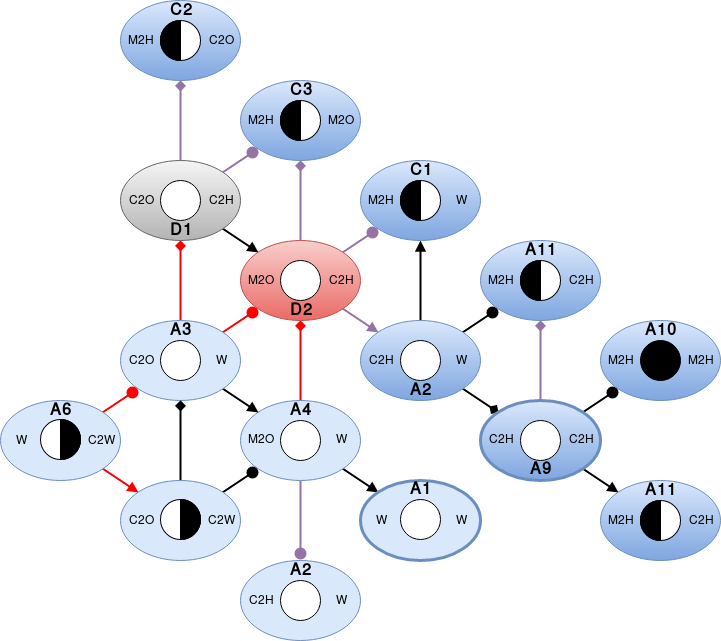
UberPanda/ProofGraphs keeps this draw.io diagram as png/IPart_Faulty_2.png. Above is the earlier version. Source tidied: cells renumbered, new cells last; positions are measured from the earlier drawing's top-left corner, leaving out a move shared by most shapes.
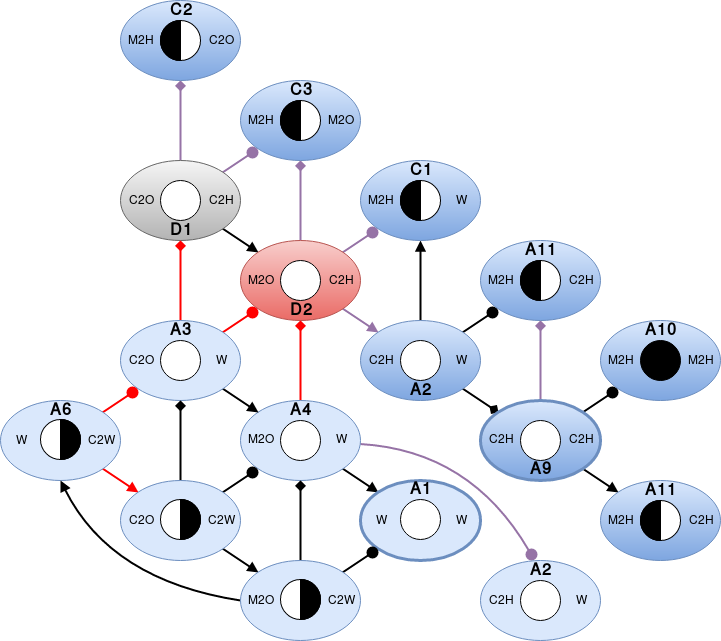
After the commit.

Change to the diagram source:
```diff
@@ -81,7 +81,11 @@
       <mxGeometry relative="1" as="geometry" />
     </mxCell>
     <mxCell id="28" style="edgeStyle=none;curved=1;comic=0;html=1;startArrow=none;startFill=0;endArrow=circle;endFill=1;endSize=3;jettySize=auto;strokeColor=#9673a6;strokeWidth=2;fillColor=#e1d5e7;fontSize=16;" parent="1" edge="1" source="29" target="61">
-      <mxGeometry relative="1" as="geometry" />
+      <mxGeometry relative="1" as="geometry">
+        <Array as="points">
+          <mxPoint x="470" y="450" />
+        </Array>
+      </mxGeometry>
     </mxCell>
     <mxCell id="29" style="ellipse;whiteSpace=wrap;html=1;shadow=0;strokeColor=#6c8ebf;strokeWidth=1;fillColor=#dae8fc;" parent="1" vertex="1">
       <mxGeometry x="240" y="400" width="120" height="80" as="geometry" />
@@ -119,6 +123,9 @@
     <mxCell id="40" style="edgeStyle=none;curved=1;comic=0;html=1;exitX=0.5;exitY=0;entryX=0.5;entryY=1;startArrow=none;startFill=0;endArrow=diamond;endFill=1;endSize=6;jettySize=auto;strokeColor=#000000;strokeWidth=2;fillColor=none;" parent="1" edge="1" source="41" target="33">
       <mxGeometry relative="1" as="geometry" />
     </mxCell>
+    <mxCell id="119" style="edgeStyle=none;curved=1;comic=0;html=1;exitX=1;exitY=1;entryX=0;entryY=0;startArrow=none;startFill=0;endArrow=block;endFill=1;endSize=6;jettySize=auto;strokeColor=#000000;strokeWidth=2;fillColor=none;fontSize=16;" parent="1" edge="1" source="41" target="123">
+      <mxGeometry relative="1" as="geometry" />
+    </mxCell>
     <mxCell id="41" style="ellipse;whiteSpace=wrap;html=1;shadow=0;strokeColor=#6c8ebf;fillColor=#dae8fc;" parent="1" vertex="1">
       <mxGeometry x="120" y="480" width="120" height="80" as="geometry" />
     </mxCell>
@@ -174,13 +181,13 @@
       <mxGeometry x="280" y="400" width="40" height="20" as="geometry" />
     </mxCell>
     <mxCell id="59" style="ellipse;whiteSpace=wrap;html=1;shadow=0;strokeColor=#6c8ebf;strokeWidth=1;fillColor=#dae8fc;" parent="1" vertex="1">
-      <mxGeometry x="240" y="560" width="120" height="80" as="geometry" />
+      <mxGeometry x="480" y="560" width="120" height="80" as="geometry" />
     </mxCell>
     <mxCell id="60" style="ellipse;whiteSpace=wrap;html=1;shadow=0;strokeColor=#000000;strokeWidth=1;fillColor=#ffffff;gradientColor=none;" parent="1" vertex="1">
-      <mxGeometry x="280" y="580" width="40" height="40" as="geometry" />
+      <mxGeometry x="520" y="580" width="40" height="40" as="geometry" />
     </mxCell>
     <mxCell id="61" value="A2" style="text;html=1;strokeColor=none;fillColor=none;align=center;verticalAlign=middle;whiteSpace=wrap;shadow=0;fontSize=16;fontStyle=1;" parent="1" vertex="1">
-      <mxGeometry x="280" y="560" width="40" height="20" as="geometry" />
+      <mxGeometry x="520" y="560" width="40" height="20" as="geometry" />
     </mxCell>
     <mxCell id="62" value="D1" style="text;html=1;strokeColor=none;fillColor=none;align=center;verticalAlign=middle;whiteSpace=wrap;shadow=0;fontSize=16;fontStyle=1;" parent="1" vertex="1">
       <mxGeometry x="160" y="220" width="40" height="20" as="geometry" />
@@ -243,7 +250,7 @@
       <mxGeometry x="80" width="40" height="20" as="geometry" />
     </mxCell>
     <mxCell id="82" style="group;" parent="1" vertex="1">
-      <mxGeometry x="240" y="590" width="120" height="20" as="geometry" />
+      <mxGeometry x="480" y="590" width="120" height="20" as="geometry" />
     </mxCell>
     <mxCell id="83" value="C2H" style="text;html=1;strokeColor=none;fillColor=none;align=center;verticalAlign=middle;whiteSpace=wrap;shadow=0;" parent="82" vertex="1">
       <mxGeometry width="40" height="20" as="geometry" />
@@ -353,5 +360,33 @@
     <mxCell id="118" style="verticalLabelPosition=bottom;align=center;dashed=0;html=1;verticalAlign=top;shape=(stored shape, 420 characters);shadow=0;strokeColor=#000000;strokeWidth=1;fillColor=#ffffff;gradientColor=none;rotation=45;direction=south;" parent="1" vertex="1">
       <mxGeometry x="520" y="260" width="40" height="40" as="geometry" />
     </mxCell>
+    <mxCell id="120" style="edgeStyle=none;curved=1;comic=0;html=1;exitX=0;exitY=0.5;entryX=0.5;entryY=1;startArrow=none;startFill=0;endArrow=block;endFill=1;endSize=6;jettySize=auto;strokeColor=#000000;strokeWidth=2;fillColor=none;fontSize=16;" parent="1" edge="1" source="123" target="38">
+      <mxGeometry relative="1" as="geometry">
+        <Array as="points">
+          <mxPoint x="110" y="580" />
+        </Array>
+      </mxGeometry>
+    </mxCell>
+    <mxCell id="121" style="edgeStyle=none;curved=1;comic=0;html=1;exitX=0.5;exitY=0;entryX=0.5;entryY=1;startArrow=none;startFill=0;endArrow=diamond;endFill=1;endSize=6;jettySize=auto;strokeColor=#000000;strokeWidth=2;fillColor=none;fontSize=16;" parent="1" edge="1" source="123" target="29">
+      <mxGeometry relative="1" as="geometry" />
+    </mxCell>
+    <mxCell id="122" style="edgeStyle=none;curved=1;comic=0;html=1;exitX=1;exitY=0;entryX=0;entryY=1;startArrow=none;startFill=0;endArrow=circle;endFill=1;endSize=3;jettySize=auto;strokeColor=#000000;strokeWidth=2;fillColor=none;fontSize=16;" parent="1" edge="1" source="123" target="51">
+      <mxGeometry relative="1" as="geometry" />
+    </mxCell>
+    <mxCell id="123" style="ellipse;whiteSpace=wrap;html=1;shadow=0;strokeColor=#6c8ebf;fillColor=#dae8fc;" parent="1" vertex="1">
+      <mxGeometry x="240" y="560" width="120" height="80" as="geometry" />
+    </mxCell>
+    <mxCell id="124" style="verticalLabelPosition=bottom;align=center;dashed=0;html=1;verticalAlign=top;shape=(stored shape, 420 characters);shadow=0;strokeColor=#000000;strokeWidth=1;fillColor=#ffffff;gradientColor=none;rotation=225;direction=south;" parent="1" vertex="1">
+      <mxGeometry x="280" y="579" width="40" height="40" as="geometry" />
+    </mxCell>
+    <mxCell id="125" style="group;" parent="1" vertex="1">
+      <mxGeometry x="240" y="590" width="120" height="20" as="geometry" />
+    </mxCell>
+    <mxCell id="126" value="M2O" style="text;html=1;strokeColor=none;fillColor=none;align=center;verticalAlign=middle;whiteSpace=wrap;shadow=0;" parent="125" vertex="1">
+      <mxGeometry width="40" height="20" as="geometry" />
+    </mxCell>
+    <mxCell id="127" value="C2W" style="text;html=1;strokeColor=none;fillColor=none;align=center;verticalAlign=middle;whiteSpace=wrap;shadow=0;" parent="125" vertex="1">
+      <mxGeometry x="80" width="40" height="20" as="geometry" />
+    </mxCell>
   </root>
 </mxGraphModel>
```
